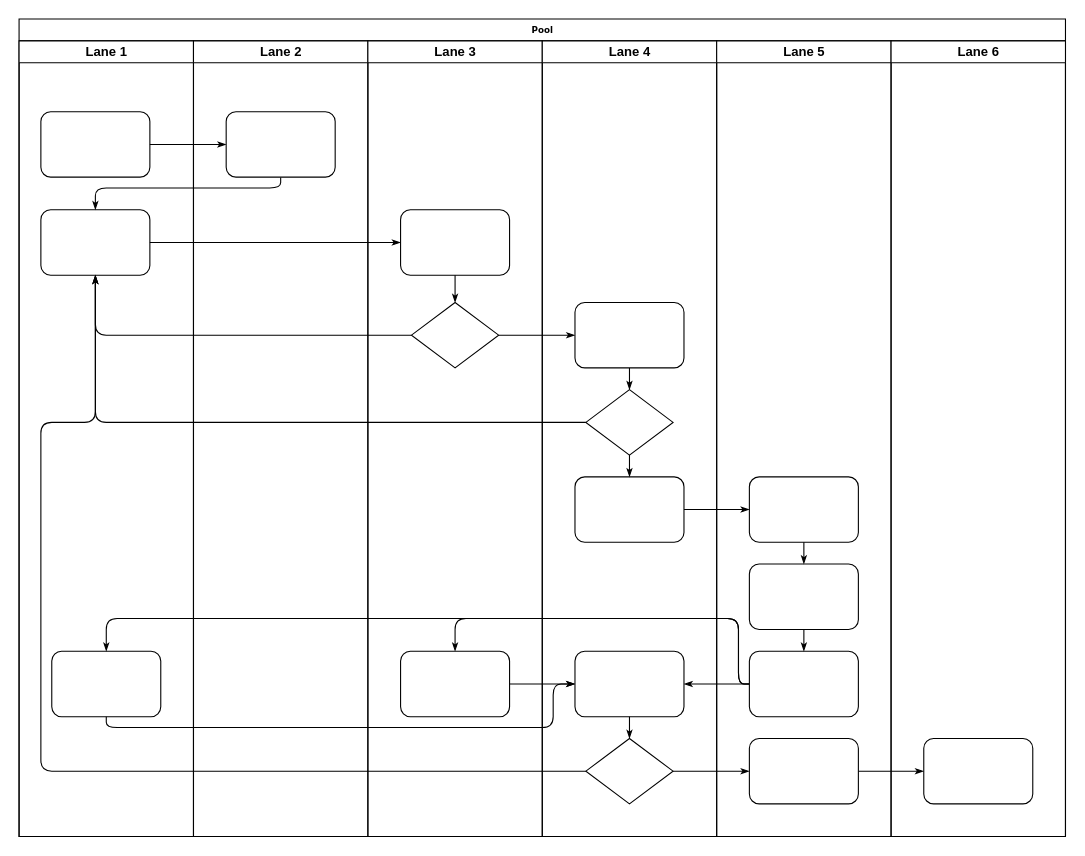
This is 航材需求单位修改.drawio from chenqingfa8520/data-drawio, a draw.io file, before an edit. Source tidied: cells renumbered, new cells numbered last; positions are measured from the earlier drawing's top-left corner, leaving out a move shared by most shapes. Both pictures are drawn from the tidied source at 109%, with x=0, y=0 at pixel (19, 19).
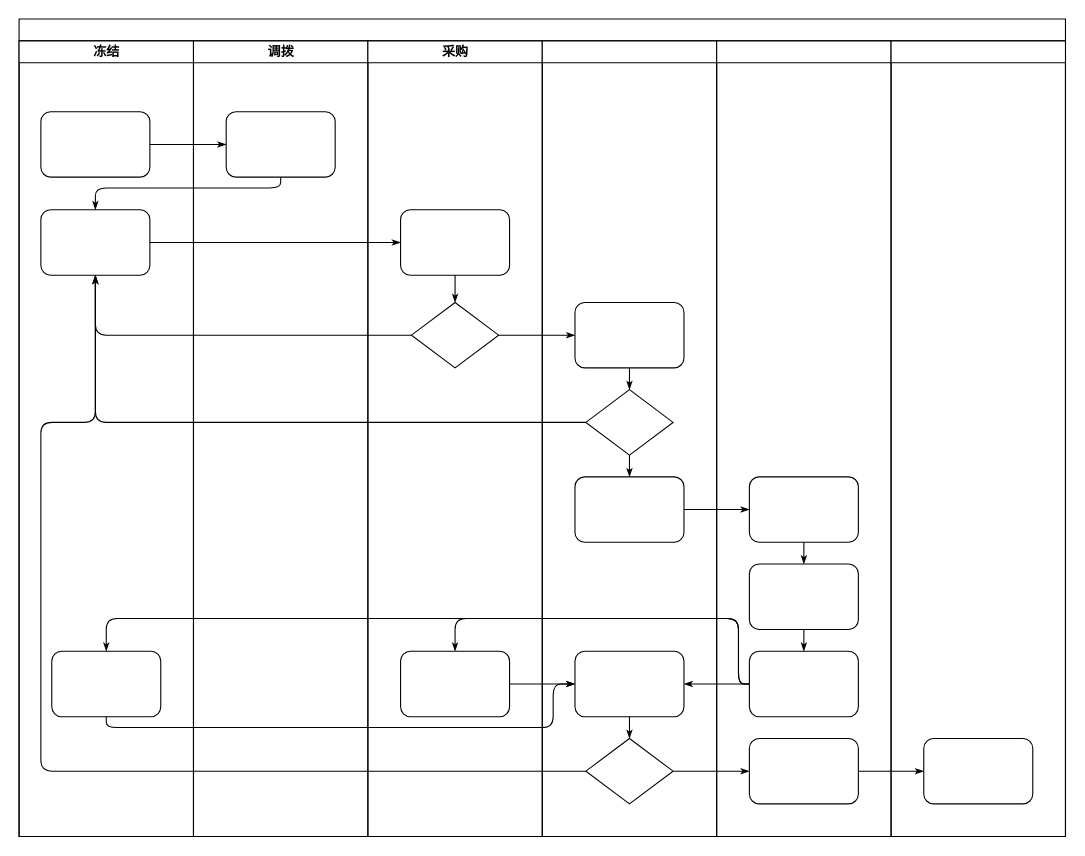
After the change.

Commit message (it also covers changes not shown here):
更新航材需求单位修改.drawio

The edit, as a diff of the source:
```diff
@@
-    <mxCell id="2" value="Pool" style="swimlane;html=1;startSize=20;rounded=0;shadow=0;labelBackgroundColor=none;strokeWidth=1;fontFamily=Verdana;fontSize=8;align=center;" parent="1" vertex="1">
+    <mxCell id="2" style="swimlane;html=1;startSize=20;rounded=0;shadow=0;labelBackgroundColor=none;strokeWidth=1;fontFamily=Verdana;fontSize=8;align=center;" parent="1" vertex="1">
       <mxGeometry width="960" height="750" as="geometry" />
     </mxCell>
-    <mxCell id="3" value="Lane 1" style="swimlane;html=1;startSize=20;" parent="2" vertex="1">
+    <mxCell id="3" value="冻结" style="swimlane;html=1;startSize=20;" parent="2" vertex="1">
       <mxGeometry y="20" width="160" height="730" as="geometry" />
     </mxCell>
@@
-    <mxCell id="22" value="Lane 2" style="swimlane;html=1;startSize=20;" parent="2" vertex="1">
+    <mxCell id="22" value="调拨" style="swimlane;html=1;startSize=20;" parent="2" vertex="1">
       <mxGeometry x="160" y="20" width="160" height="730" as="geometry" />
     </mxCell>
@@
-    <mxCell id="24" value="Lane 3" style="swimlane;html=1;startSize=20;" parent="2" vertex="1">
+    <mxCell id="24" value="采购" style="swimlane;html=1;startSize=20;" parent="2" vertex="1">
       <mxGeometry x="320" y="20" width="160" height="730" as="geometry" />
     </mxCell>
@@
-    <mxCell id="29" value="Lane 4" style="swimlane;html=1;startSize=20;" parent="2" vertex="1">
+    <mxCell id="29" style="swimlane;html=1;startSize=20;" parent="2" vertex="1">
       <mxGeometry x="480" y="20" width="160" height="730" as="geometry" />
     </mxCell>
@@
-    <mxCell id="38" value="Lane 5" style="swimlane;html=1;startSize=20;" parent="2" vertex="1">
+    <mxCell id="38" style="swimlane;html=1;startSize=20;" parent="2" vertex="1">
       <mxGeometry x="640" y="20" width="160" height="730" as="geometry" />
     </mxCell>
@@
-    <mxCell id="45" value="Lane 6" style="swimlane;html=1;startSize=20;" parent="2" vertex="1">
+    <mxCell id="45" style="swimlane;html=1;startSize=20;" parent="2" vertex="1">
       <mxGeometry x="800" y="20" width="160" height="730" as="geometry" />
     </mxCell>
```
